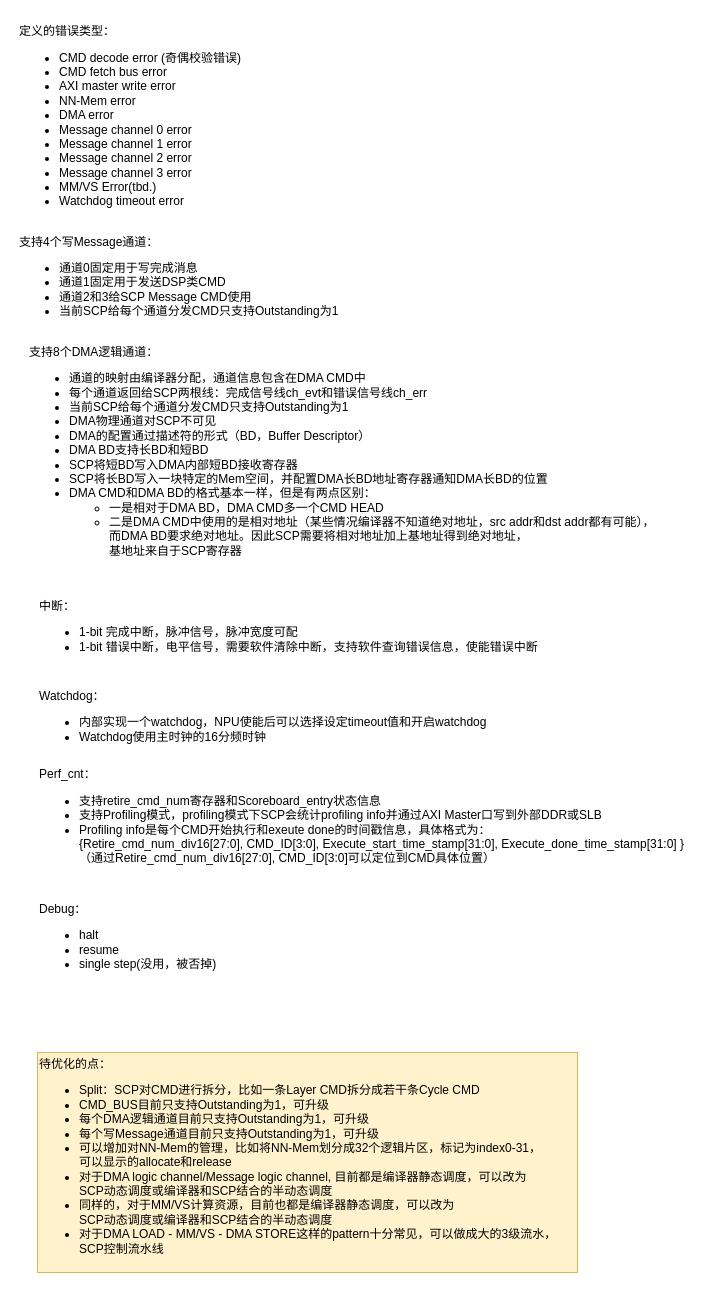
Before: page "Error type" (9 of 10) of SCP.drawio in HelmutXie/blake2, a draw.io diagram. Source tidied: cells renumbered, new cells numbered last; positions are measured from the earlier drawing's top-left corner, leaving out a move shared by most shapes. Both pictures are drawn from the tidied source at 100%, with x=0, y=0 at pixel (17, 17).
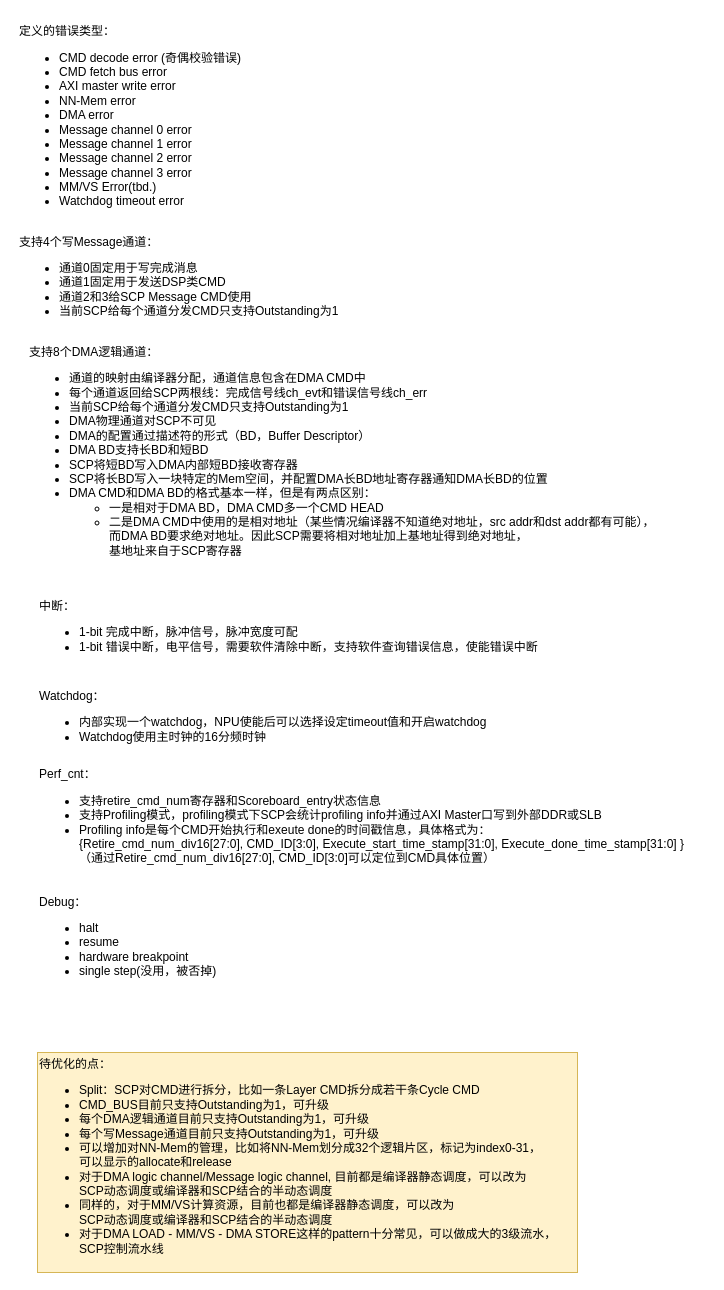
The same page after the edit.

What changed in the source:
```diff
@@
 <mxGraphModel>
   <root>
     <mxCell id="0" />
     <mxCell id="1" parent="0" />
     <mxCell id="2" value="定义的错误类型：&lt;br&gt;&lt;ul&gt;&lt;li&gt;CMD decode error (奇偶校验错误)&lt;/li&gt;&lt;li&gt;CMD fetch bus error&lt;/li&gt;&lt;li&gt;AXI master write error&lt;/li&gt;&lt;li&gt;NN-Mem error&lt;/li&gt;&lt;li&gt;DMA error&lt;/li&gt;&lt;li style=&quot;border-color: var(--border-color);&quot;&gt;Message channel 0 error&lt;/li&gt;&lt;li style=&quot;border-color: var(--border-color);&quot;&gt;Message channel 1 error&lt;/li&gt;&lt;li style=&quot;border-color: var(--border-color);&quot;&gt;Message channel 2 error&lt;/li&gt;&lt;li style=&quot;border-color: var(--border-color);&quot;&gt;Message channel 3 error&lt;/li&gt;&lt;li&gt;MM/VS Error(tbd.)&lt;/li&gt;&lt;li&gt;Watchdog timeout error&lt;/li&gt;&lt;/ul&gt;" style="text;html=1;align=left;verticalAlign=middle;strokeColor=none;fillColor=none;" parent="1" vertex="1">
       <mxGeometry width="250" height="210" as="geometry" />
     </mxCell>
     <mxCell id="3" value="支持4个写Message通道：&lt;br&gt;&lt;ul&gt;&lt;li&gt;通道0固定用于写完成消息&lt;/li&gt;&lt;li&gt;通道1固定用于发送DSP类CMD&lt;/li&gt;&lt;li&gt;通道2和3给SCP Message CMD使用&lt;/li&gt;&lt;li style=&quot;border-color: var(--border-color);&quot;&gt;当前SCP给每个通道分发CMD只支持Outstanding为1&lt;/li&gt;&lt;/ul&gt;" style="text;html=1;align=left;verticalAlign=middle;strokeColor=none;fillColor=none;" parent="1" vertex="1">
       <mxGeometry y="210" width="340" height="110" as="geometry" />
     </mxCell>
     <mxCell id="4" value="支持8个DMA逻辑通道：&lt;br&gt;&lt;ul&gt;&lt;li&gt;通道的映射由编译器分配，通道信息包含在DMA CMD中&lt;br&gt;&lt;/li&gt;&lt;li&gt;每个通道返回给SCP两根线：完成信号线ch_evt和错误信号线ch_err&lt;/li&gt;&lt;li&gt;当前SCP给每个通道分发CMD只支持Outstanding为1&lt;/li&gt;&lt;li&gt;DMA物理通道对SCP不可见&lt;/li&gt;&lt;li style=&quot;border-color: var(--border-color);&quot;&gt;DMA的配置通过描述符的形式（BD，Buffer Descriptor）&lt;/li&gt;&lt;li style=&quot;border-color: var(--border-color);&quot;&gt;DMA BD支持长BD和短BD&lt;/li&gt;&lt;li style=&quot;border-color: var(--border-color);&quot;&gt;SCP将短BD写入DMA内部短BD接收寄存器&lt;/li&gt;&lt;li style=&quot;border-color: var(--border-color);&quot;&gt;SCP将长BD写入一块特定的Mem空间，并配置DMA长BD地址寄存器通知DMA长BD的位置&lt;/li&gt;&lt;li&gt;DMA CMD和DMA BD的格式基本一样，但是有两点区别：&lt;/li&gt;&lt;ul&gt;&lt;li&gt;一是相对于DMA BD，DMA CMD多一个CMD HEAD&lt;/li&gt;&lt;li&gt;二是DMA CMD中使用的是相对地址（某些情况编译器不知道绝对地址，src addr和dst addr都有可能），&lt;br&gt;而DMA BD要求绝对地址。因此SCP需要将相对地址加上基地址得到绝对地址，&lt;br&gt;基地址来自于SCP寄存器&lt;/li&gt;&lt;/ul&gt;&lt;/ul&gt;" style="text;html=1;align=left;verticalAlign=middle;strokeColor=none;fillColor=none;" parent="1" vertex="1">
       <mxGeometry x="10" y="320" width="650" height="240" as="geometry" />
     </mxCell>
     <mxCell id="5" value="中断：&lt;br&gt;&lt;ul&gt;&lt;li&gt;1-bit 完成中断，脉冲信号，脉冲宽度可配&lt;/li&gt;&lt;li&gt;1-bit 错误中断，电平信号，需要软件清除中断，支持软件查询错误信息，使能错误中断&lt;/li&gt;&lt;/ul&gt;" style="text;html=1;align=left;verticalAlign=middle;strokeColor=none;fillColor=none;" parent="1" vertex="1">
       <mxGeometry x="20" y="575" width="520" height="80" as="geometry" />
     </mxCell>
     <mxCell id="6" value="Watchdog：&lt;br&gt;&lt;ul&gt;&lt;li&gt;内部实现一个watchdog，NPU使能后可以选择设定timeout值和开启watchdog&lt;/li&gt;&lt;li&gt;Watchdog使用主时钟的16分频时钟&lt;/li&gt;&lt;/ul&gt;" style="text;html=1;align=left;verticalAlign=middle;strokeColor=none;fillColor=none;" parent="1" vertex="1">
       <mxGeometry x="20" y="665" width="470" height="80" as="geometry" />
     </mxCell>
     <mxCell id="7" value="Perf_cnt：&lt;br&gt;&lt;ul&gt;&lt;li&gt;支持retire_cmd_num寄存器和Scoreboard_entry状态信息&lt;/li&gt;&lt;li&gt;支持Profiling模式，profiling模式下SCP会统计profiling info并通过AXI Master口写到外部DDR或SLB&lt;/li&gt;&lt;li&gt;Profiling info是每个CMD开始执行和exeute done的时间戳信息，具体格式为：&lt;br&gt;{Retire_cmd_num_div16[27:0], CMD_ID[3:0], Execute_start_time_stamp[31:0], Execute_done_time_stamp[31:0] }&lt;br&gt;（通过Retire_cmd_num_div16[27:0], CMD_ID[3:0]可以定位到CMD具体位置）&lt;/li&gt;&lt;/ul&gt;" style="text;html=1;align=left;verticalAlign=middle;strokeColor=none;fillColor=none;" parent="1" vertex="1">
       <mxGeometry x="20" y="745" width="670" height="120" as="geometry" />
     </mxCell>
-    <mxCell id="8" value="Debug：&lt;br&gt;&lt;ul&gt;&lt;li&gt;halt&lt;/li&gt;&lt;li&gt;resume&lt;/li&gt;&lt;li&gt;single step(没用，被否掉)&lt;/li&gt;&lt;/ul&gt;" style="text;html=1;align=left;verticalAlign=middle;strokeColor=none;fillColor=none;" parent="1" vertex="1">
-      <mxGeometry x="20" y="875" width="200" height="100" as="geometry" />
+    <mxCell id="8" value="Debug：&lt;br&gt;&lt;ul&gt;&lt;li&gt;halt&lt;/li&gt;&lt;li&gt;resume&lt;/li&gt;&lt;li&gt;hardware breakpoint&lt;/li&gt;&lt;li&gt;single step(没用，被否掉)&lt;/li&gt;&lt;/ul&gt;" style="text;html=1;align=left;verticalAlign=middle;strokeColor=none;fillColor=none;" parent="1" vertex="1">
+      <mxGeometry x="20" y="870" width="200" height="110" as="geometry" />
     </mxCell>
     <mxCell id="9" value="待优化的点：&lt;br&gt;&lt;ul&gt;&lt;li&gt;Split：SCP对CMD进行拆分，比如一条Layer CMD拆分成若干条Cycle CMD&lt;/li&gt;&lt;li&gt;CMD_BUS目前只支持Outstanding为1，可升级&lt;/li&gt;&lt;li&gt;每个DMA逻辑通道目前只支持Outstanding为1，可升级&lt;/li&gt;&lt;li&gt;每个写Message通道目前只支持Outstanding为1，可升级&lt;/li&gt;&lt;li&gt;可以增加对NN-Mem的管理，比如将NN-Mem划分成32个逻辑片区，标记为index0-31，&lt;br&gt;可以显示的allocate和release&lt;/li&gt;&lt;li&gt;对于DMA logic channel/Message logic channel, 目前都是编译器静态调度，可以改为&lt;br&gt;SCP动态调度或编译器和SCP结合的半动态调度&lt;/li&gt;&lt;li&gt;同样的，对于MM/VS计算资源，目前也都是编译器静态调度，可以改为&lt;br style=&quot;border-color: var(--border-color);&quot;&gt;SCP动态调度或编译器和SCP结合的半动态调度&lt;/li&gt;&lt;li&gt;对于DMA LOAD - MM/VS - DMA STORE这样的pattern十分常见，可以做成大的3级流水，&lt;br&gt;SCP控制流水线&lt;/li&gt;&lt;/ul&gt;" style="text;html=1;align=left;verticalAlign=middle;strokeColor=#d6b656;fillColor=#fff2cc;" parent="1" vertex="1">
       <mxGeometry x="20" y="1035" width="540" height="220" as="geometry" />
     </mxCell>
   </root>
 </mxGraphModel>
```
